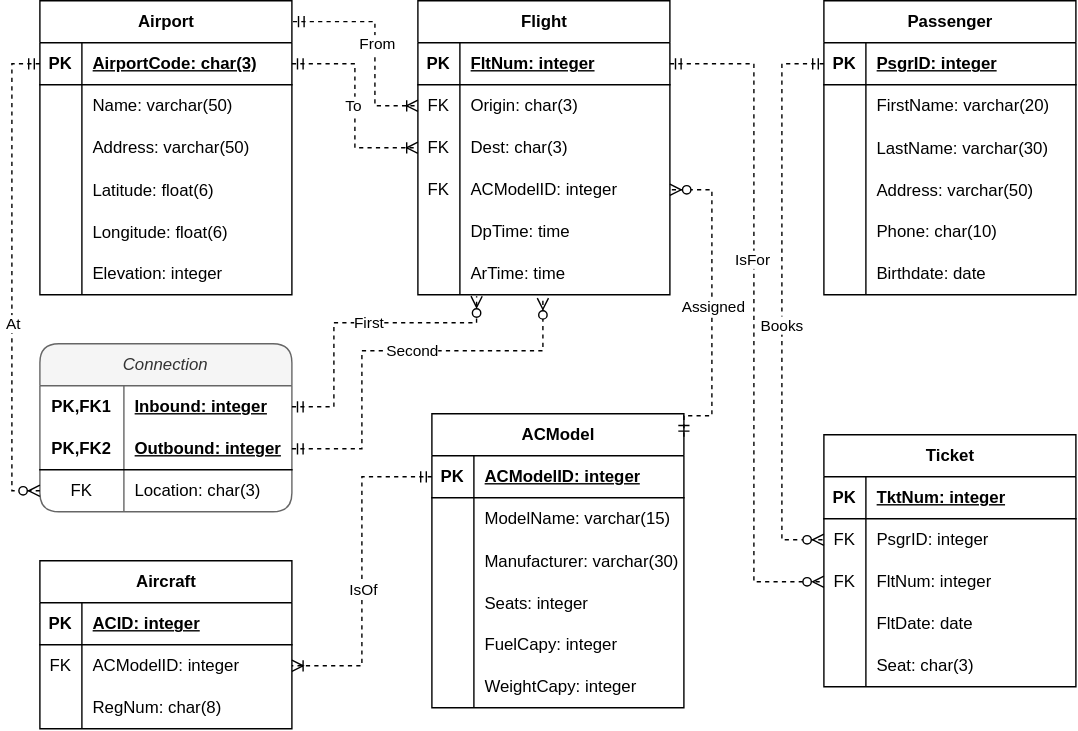
phbrownacmorg/csc305fa26 keeps this draw.io diagram as grasshopper_air_assoc_entity.drawio.svg. Above is the earlier version. Source tidied: cells renumbered, new cells last; positions are measured from the earlier drawing's top-left corner, leaving out a move shared by most shapes.
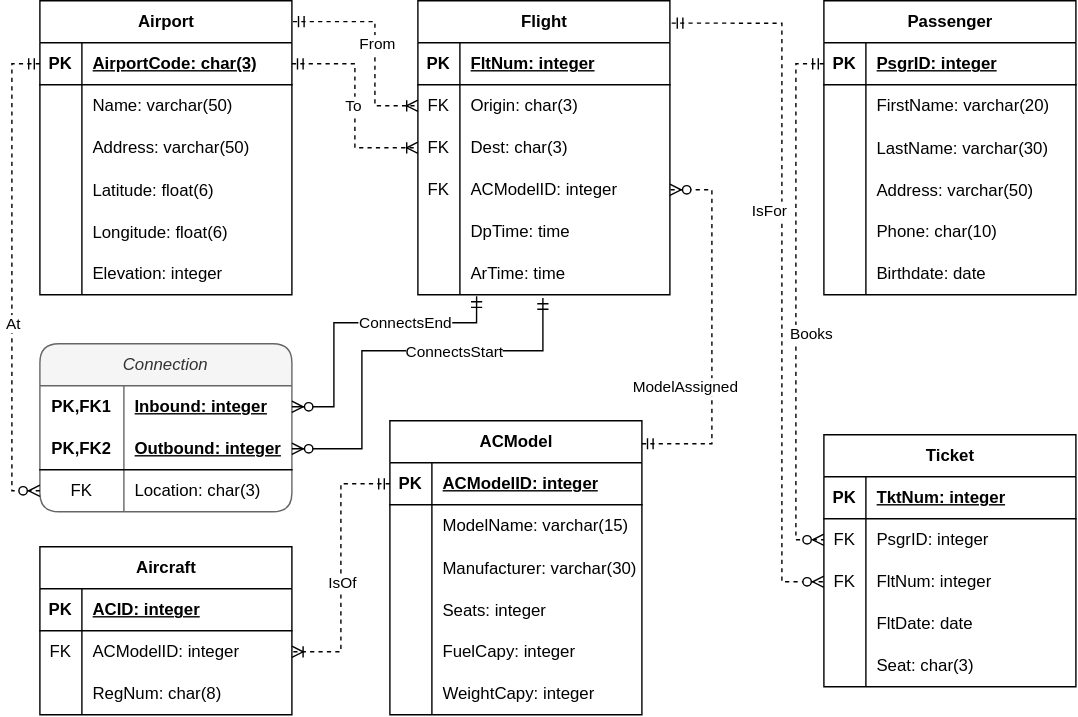
After the commit.

What changed in the source:
```diff
@@ -174,7 +174,7 @@
       <mxGeometry x="30" width="150" height="30" as="geometry" />
     </mxCell>
     <mxCell id="59" value="ACModel" style="shape=table;startSize=30;rowLines=0;fontStyle=1;align=center;html=1;" parent="1" vertex="1">
-      <mxGeometry x="300" y="295" width="180" height="210" as="geometry" />
+      <mxGeometry x="270" y="300" width="180" height="210" as="geometry" />
     </mxCell>
     <mxCell id="60" style="shape=tableRow;horizontal=0;startSize=0;swimlaneHead=0;swimlaneBody=0;fillColor=none;points=[[0,0.5],[1,0.5]];portConstraint=eastwest;top=0;left=0;right=0;bottom=1;" parent="59" vertex="1">
       <mxGeometry y="30" width="180" height="30" as="geometry" />
@@ -231,7 +231,7 @@
       <mxGeometry x="30" width="150" height="30" as="geometry" />
     </mxCell>
     <mxCell id="78" value="Aircraft" style="shape=table;startSize=30;rowLines=0;fontStyle=1;align=center;html=1;" parent="1" vertex="1">
-      <mxGeometry x="20" y="400" width="180" height="120" as="geometry" />
+      <mxGeometry x="20" y="390" width="180" height="120" as="geometry" />
     </mxCell>
     <mxCell id="79" style="shape=tableRow;horizontal=0;startSize=0;swimlaneHead=0;swimlaneBody=0;fillColor=none;top=0;left=0;right=0;bottom=1;" parent="78" vertex="1">
       <mxGeometry y="30" width="180" height="30" as="geometry" />
@@ -330,14 +330,14 @@
     <mxCell id="108" style="edgeStyle=orthogonalEdgeStyle;fontSize=12;html=1;endArrow=ERzeroToMany;startArrow=ERmandOne;rounded=0;entryX=1;entryY=0.5;entryDx=0;entryDy=0;exitX=1;exitY=0.078;exitDx=0;exitDy=0;exitPerimeter=0;dashed=1;" parent="1" edge="1" source="59" target="50">
       <mxGeometry relative="1" as="geometry">
         <Array as="points">
-          <mxPoint x="500" y="296.4" />
+          <mxPoint x="500" y="316.4" />
           <mxPoint x="500" y="135" />
         </Array>
       </mxGeometry>
     </mxCell>
-    <mxCell id="109" value="Assigned" style="edgeLabel;html=1;align=center;verticalAlign=middle;" parent="108" vertex="1">
+    <mxCell id="109" value="ModelAssigned" style="edgeLabel;html=1;align=center;verticalAlign=middle;" parent="108" vertex="1">
       <mxGeometry x="-0.22" relative="1" as="geometry">
-        <mxPoint y="-25" as="offset" />
+        <mxPoint x="-20" y="10" as="offset" />
       </mxGeometry>
     </mxCell>
     <mxCell id="110" style="edgeStyle=orthogonalEdgeStyle;fontSize=12;html=1;endArrow=ERoneToMany;startArrow=ERmandOne;rounded=0;exitX=0;exitY=0.5;exitDx=0;exitDy=0;entryX=1;entryY=0.5;entryDx=0;entryDy=0;dashed=1;" parent="1" edge="1" source="60" target="82">
@@ -348,27 +348,18 @@
         <mxPoint y="-1" as="offset" />
       </mxGeometry>
     </mxCell>
-    <mxCell id="112" style="edgeStyle=orthogonalEdgeStyle;fontSize=12;html=1;endArrow=ERzeroToMany;startArrow=ERmandOne;rounded=0;dashed=1;entryX=0;entryY=0.5;entryDx=0;entryDy=0;exitX=0;exitY=0.5;exitDx=0;exitDy=0;" parent="1" edge="1" source="22" target="92">
-      <mxGeometry relative="1" as="geometry">
-        <Array as="points">
-          <mxPoint x="550" y="45" />
-          <mxPoint x="550" y="385" />
-        </Array>
-      </mxGeometry>
-    </mxCell>
-    <mxCell id="113" value="Books" style="edgeLabel;html=1;align=center;verticalAlign=middle;" parent="112" vertex="1">
-      <mxGeometry x="0.08" y="-1" relative="1" as="geometry" />
-    </mxCell>
-    <mxCell id="114" style="edgeStyle=orthogonalEdgeStyle;fontSize=12;html=1;endArrow=ERzeroToMany;startArrow=ERmandOne;rounded=0;entryX=0;entryY=0.5;entryDx=0;entryDy=0;exitX=1;exitY=0.5;exitDx=0;exitDy=0;dashed=1;" parent="1" edge="1" source="41" target="95">
+    <mxCell id="114" style="edgeStyle=orthogonalEdgeStyle;fontSize=12;html=1;endArrow=ERzeroToMany;startArrow=ERmandOne;rounded=0;entryX=0;entryY=0.5;entryDx=0;entryDy=0;exitX=1.007;exitY=0.076;exitDx=0;exitDy=0;dashed=1;exitPerimeter=0;" parent="1" edge="1" source="40" target="95">
       <mxGeometry relative="1" as="geometry">
         <Array as="points">
-          <mxPoint x="530" y="45" />
-          <mxPoint x="530" y="415" />
+          <mxPoint x="550" y="16" />
+          <mxPoint x="550" y="415" />
         </Array>
       </mxGeometry>
     </mxCell>
     <mxCell id="115" value="IsFor" style="edgeLabel;html=1;align=center;verticalAlign=middle;" parent="114" vertex="1">
-      <mxGeometry x="-0.17" y="-2" relative="1" as="geometry" />
+      <mxGeometry x="-0.17" y="-2" relative="1" as="geometry">
+        <mxPoint x="-8" y="2" as="offset" />
+      </mxGeometry>
     </mxCell>
     <mxCell id="116" value="Connection" style="shape=table;startSize=30;rowLines=0;fontStyle=2;align=center;html=1;whiteSpace=wrap;rounded=1;fillColor=#f5f5f5;swimlaneFillColor=default;fontColor=#333333;strokeColor=#666666;" parent="1" vertex="1">
       <mxGeometry x="20" y="245" width="180" height="120" as="geometry" />
@@ -411,7 +402,7 @@
     <mxCell id="127" value="At" style="edgeLabel;html=1;align=center;verticalAlign=middle;" parent="126" vertex="1">
       <mxGeometry x="0.19" relative="1" as="geometry" />
     </mxCell>
-    <mxCell id="128" style="edgeStyle=orthogonalEdgeStyle;fontSize=12;html=1;endArrow=ERzeroToMany;startArrow=ERmandOne;rounded=0;exitX=1;exitY=0.5;exitDx=0;exitDy=0;entryX=0.233;entryY=1.033;entryDx=0;entryDy=0;entryPerimeter=0;dashed=1;" parent="1" edge="1" source="117" target="56">
+    <mxCell id="128" style="edgeStyle=orthogonalEdgeStyle;fontSize=12;html=1;endArrow=ERmandOne;startArrow=ERzeroToMany;rounded=0;exitX=1;exitY=0.5;exitDx=0;exitDy=0;entryX=0.233;entryY=1.033;entryDx=0;entryDy=0;entryPerimeter=0;startFill=1;endFill=0;" parent="1" edge="1" source="117" target="56">
       <mxGeometry relative="1" as="geometry">
         <Array as="points">
           <mxPoint x="230" y="290" />
@@ -420,10 +411,12 @@
         </Array>
       </mxGeometry>
     </mxCell>
-    <mxCell id="129" value="First" style="edgeLabel;html=1;align=center;verticalAlign=middle;" parent="128" vertex="1">
-      <mxGeometry x="0.08" y="1" relative="1" as="geometry" />
+    <mxCell id="129" value="ConnectsEnd" style="edgeLabel;html=1;align=center;verticalAlign=middle;" parent="128" vertex="1">
+      <mxGeometry x="0.08" y="1" relative="1" as="geometry">
+        <mxPoint x="26" as="offset" />
+      </mxGeometry>
     </mxCell>
-    <mxCell id="130" style="edgeStyle=orthogonalEdgeStyle;fontSize=12;html=1;endArrow=ERzeroToMany;startArrow=ERmandOne;rounded=0;exitX=1;exitY=0.5;exitDx=0;exitDy=0;dashed=1;entryX=0.496;entryY=1.078;entryDx=0;entryDy=0;entryPerimeter=0;" parent="1" edge="1" source="120" target="56">
+    <mxCell id="130" style="edgeStyle=orthogonalEdgeStyle;fontSize=12;html=1;endArrow=ERmandOne;startArrow=ERzeroToMany;rounded=0;exitX=1;exitY=0.5;exitDx=0;exitDy=0;entryX=0.496;entryY=1.078;entryDx=0;entryDy=0;entryPerimeter=0;startFill=1;endFill=0;" parent="1" edge="1" source="120" target="56">
       <mxGeometry relative="1" as="geometry">
         <Array as="points">
           <mxPoint x="250" y="320" />
@@ -432,8 +425,23 @@
         </Array>
       </mxGeometry>
     </mxCell>
-    <mxCell id="131" value="Second" style="edgeLabel;html=1;align=center;verticalAlign=middle;" parent="130" vertex="1">
-      <mxGeometry x="0.08" y="1" relative="1" as="geometry" />
+    <mxCell id="131" value="ConnectsStart" style="edgeLabel;html=1;align=center;verticalAlign=middle;" parent="130" vertex="1">
+      <mxGeometry x="0.08" y="1" relative="1" as="geometry">
+        <mxPoint x="30" y="1" as="offset" />
+      </mxGeometry>
     </mxCell>
+    <mxCell id="112" style="edgeStyle=orthogonalEdgeStyle;fontSize=12;html=1;endArrow=ERzeroToMany;startArrow=ERmandOne;rounded=0;exitX=0;exitY=0.5;exitDx=0;exitDy=0;dashed=1;entryX=0;entryY=0.5;entryDx=0;entryDy=0;" parent="1" edge="1" source="22" target="92">
+      <mxGeometry relative="1" as="geometry">
+        <Array as="points">
+          <mxPoint x="560" y="45" />
+          <mxPoint x="560" y="385" />
+        </Array>
+      </mxGeometry>
+    </mxCell>
+    <mxCell id="113" value="Books" style="edgeLabel;html=1;align=center;verticalAlign=middle;" parent="112" vertex="1">
+      <mxGeometry x="0.12" y="-1" relative="1" as="geometry">
+        <mxPoint x="11" as="offset" />
+      </mxGeometry>
+    </mxCell>
   </root>
 </mxGraphModel>
```
